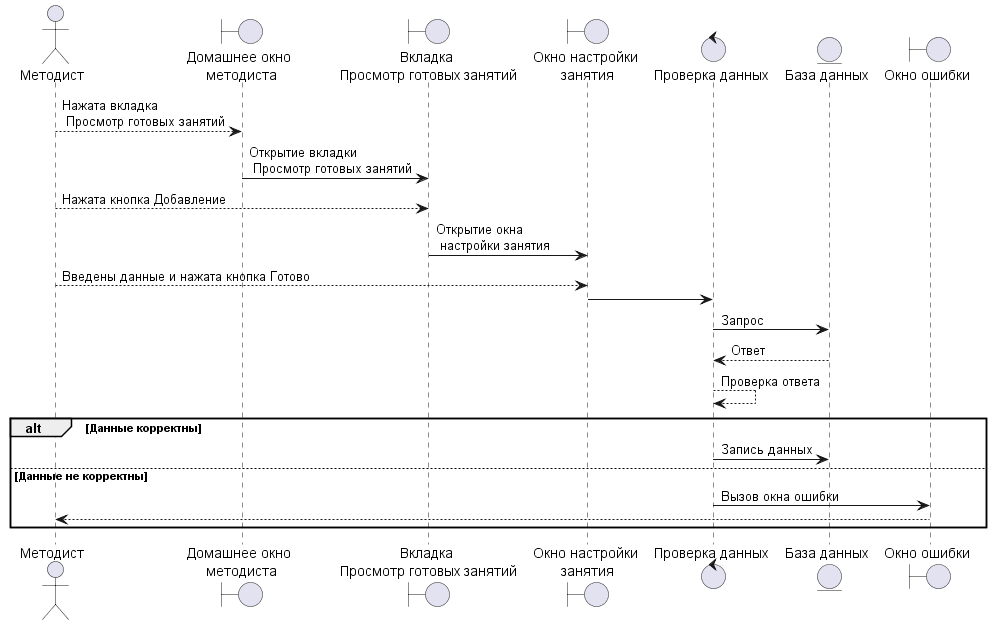
The PlantUML diagram UML/out/Posledovatelnosty/PoDobavlenieZanyatiq/PoDobavlenieZanyatiq.wsd.png in Undetaker45/MDKP, before a commit. The source it was exported from:
```plantuml
@startuml PoDobavlenieZanyatiq.wsd

actor "Методист" as pl

boundary "Домашнее окно\n методиста" as bo
boundary "Вкладка\n Просмотр готовых занятий" as bo1
boundary "Окно настройки\n занятия" as bo2

control "Проверка данных" as co3

entity "База данных" as en

boundary "Окно ошибки" as err


pl --> bo : Нажата вкладка\n Просмотр готовых занятий

bo -> bo1 : Открытие вкладки\n Просмотр готовых занятий

pl --> bo1 : Нажата кнопка Добавление

bo1 -> bo2 : Открытие окна\n настройки занятия

pl --> bo2 : Введены данные и нажата кнопка Готово

bo2 -> co3

co3 -> en : Запрос

en --> co3 : Ответ

co3 --> co3 : Проверка ответа

alt Данные корректны

co3 -> en : Запись данных

else Данные не корректны

co3 -> err : Вызов окна ошибки

err --> pl

end

@enduml
```
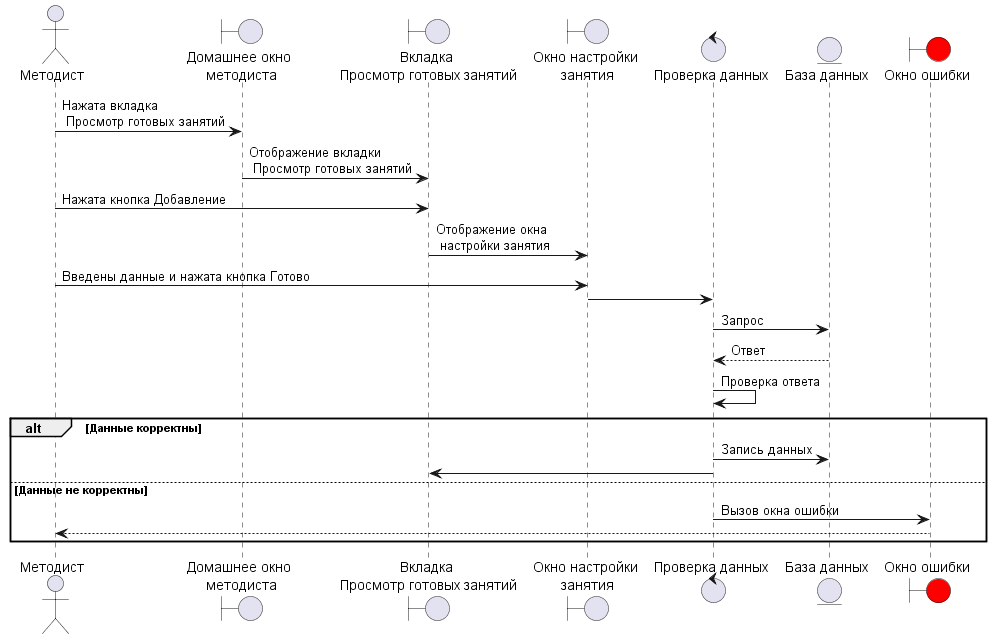
After the change.

Diff of the diagram source:
```diff
@@ -10,18 +10,18 @@
 
 entity "База данных" as en
 
-boundary "Окно ошибки" as err
+boundary "Окно ошибки" as err #Red
 
 
-pl --> bo : Нажата вкладка\n Просмотр готовых занятий
+pl -> bo : Нажата вкладка\n Просмотр готовых занятий
 
-bo -> bo1 : Открытие вкладки\n Просмотр готовых занятий
+bo -> bo1 : Отображение вкладки\n Просмотр готовых занятий
 
-pl --> bo1 : Нажата кнопка Добавление
+pl -> bo1 : Нажата кнопка Добавление
 
-bo1 -> bo2 : Открытие окна\n настройки занятия
+bo1 -> bo2 : Отображение окна\n настройки занятия
 
-pl --> bo2 : Введены данные и нажата кнопка Готово
+pl -> bo2 : Введены данные и нажата кнопка Готово
 
 bo2 -> co3
 
@@ -29,11 +29,13 @@
 
 en --> co3 : Ответ
 
-co3 --> co3 : Проверка ответа
+co3 -> co3 : Проверка ответа
 
 alt Данные корректны
 
 co3 -> en : Запись данных
+
+co3 -> bo1
 
 else Данные не корректны
 
```
